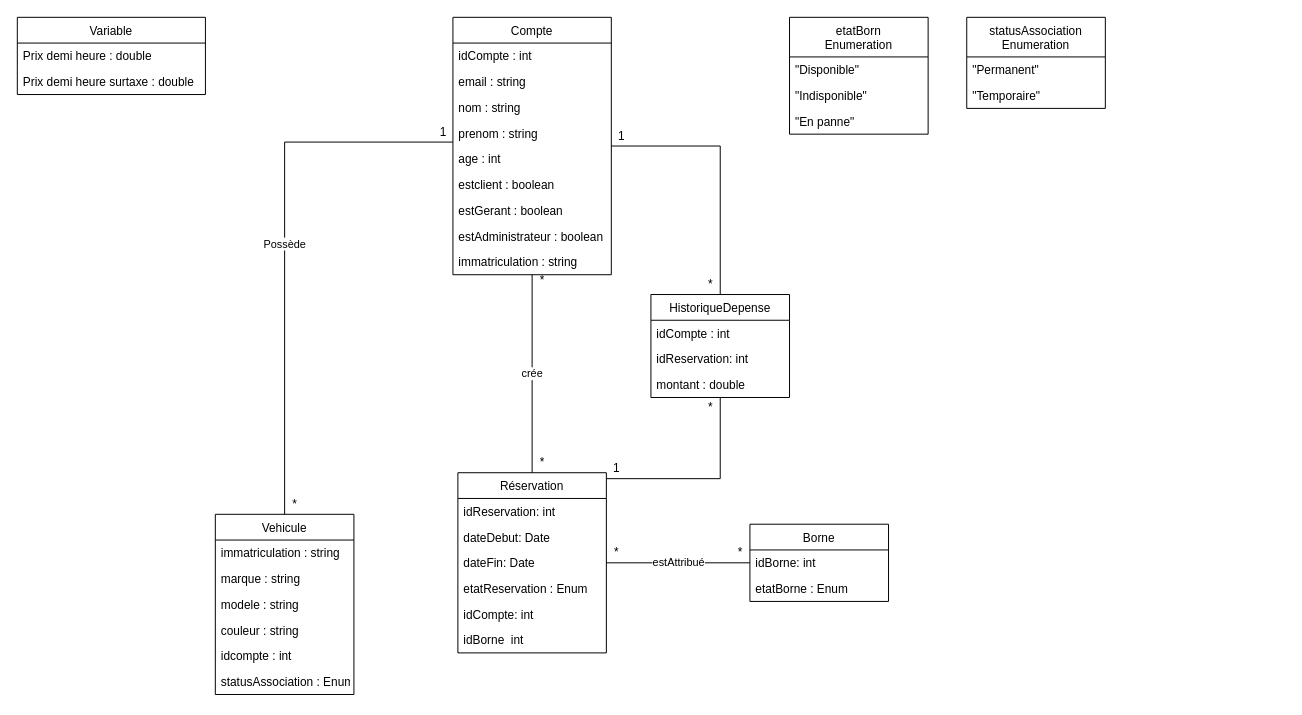
The draw.io diagram Conception/bdd.drawio in Eoloc/Genie_Logiciel_Projet_2022, before the edit. Source tidied: cells renumbered, new cells numbered last; positions are measured from the earlier drawing's top-left corner, leaving out a move shared by most shapes. Both pictures are drawn from the tidied source at 99%, with x=0, y=0 at pixel (17, 17).
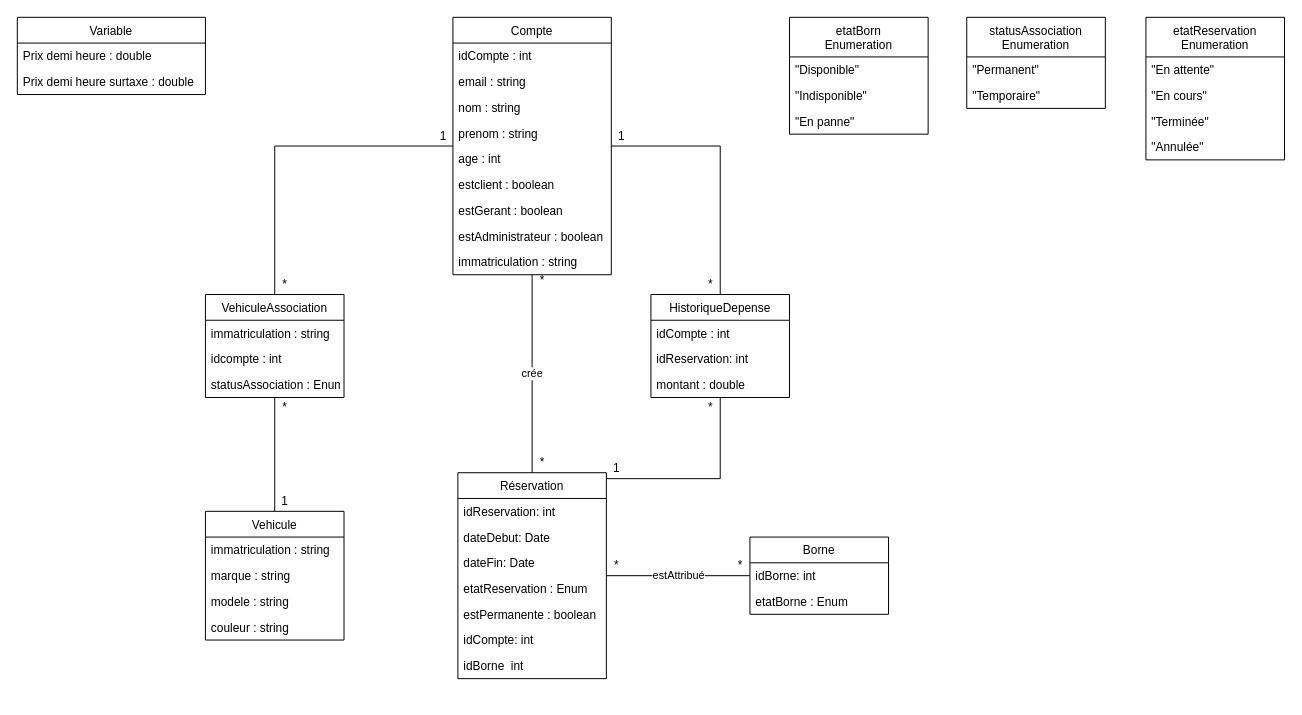
Above is the later version.

Unchanged cells that the change refers to:
```xml
<mxCell id="9" value="Compte" style="swimlane;fontStyle=0;horizontal=1;startSize=26;fillColor=none;" parent="1" vertex="1">
  <mxGeometry x="440" width="160" height="260" as="geometry" />
</mxCell>
```

Diff of the diagram source:
```diff
@@
-    <mxCell id="5" value="Possède" style="edgeStyle=orthogonalEdgeStyle;rounded=0;jettySize=auto;html=1;endArrow=none;endFill=0;" parent="1" edge="1" source="9" target="19">
-      <mxGeometry relative="1" as="geometry">
-        <Array as="points">
-          <mxPoint x="270" y="126" />
-        </Array>
-      </mxGeometry>
-    </mxCell>
@@
+    <mxCell id="58" style="edgeStyle=orthogonalEdgeStyle;rounded=0;jettySize=auto;html=1;endArrow=none;endFill=0;" parent="1" edge="1" source="19" target="66">
+      <mxGeometry relative="1" as="geometry" />
+    </mxCell>
     <mxCell id="19" value="Vehicule" style="swimlane;fontStyle=0;horizontal=1;startSize=26;fillColor=none;" parent="1" vertex="1">
-      <mxGeometry x="200" y="502" width="140" height="182" as="geometry" />
+      <mxGeometry x="190" y="499" width="140" height="130" as="geometry" />
     </mxCell>
@@
-    <mxCell id="24" value="idcompte : int" style="text;strokeColor=none;fillColor=none;align=left;verticalAlign=top;spacingLeft=4;spacingRight=4;overflow=hidden;" parent="19" vertex="1">
-      <mxGeometry y="130" width="140" height="26" as="geometry" />
-    </mxCell>
-    <mxCell id="25" value="statusAssociation : Enum" style="text;strokeColor=none;fillColor=none;align=left;verticalAlign=top;spacingLeft=4;spacingRight=4;overflow=hidden;" parent="19" vertex="1">
-      <mxGeometry y="156" width="140" height="26" as="geometry" />
-    </mxCell>
@@
     <mxCell id="30" value="Borne" style="swimlane;fontStyle=0;horizontal=1;startSize=26;fillColor=none;" parent="1" vertex="1">
-      <mxGeometry x="740" y="512" width="140" height="78" as="geometry" />
+      <mxGeometry x="740" y="525" width="140" height="78" as="geometry" />
     </mxCell>
@@
     <mxCell id="34" value="Réservation" style="swimlane;fontStyle=0;horizontal=1;startSize=26;fillColor=none;" parent="1" vertex="1">
-      <mxGeometry x="445" y="460" width="150" height="182" as="geometry" />
+      <mxGeometry x="445" y="460" width="150" height="208" as="geometry" />
     </mxCell>
@@
+    <mxCell id="59" value="estPermanente : boolean" style="text;strokeColor=none;fillColor=none;align=left;verticalAlign=top;spacingLeft=4;spacingRight=4;overflow=hidden;" parent="34" vertex="1">
+      <mxGeometry y="130" width="150" height="26" as="geometry" />
+    </mxCell>
     <mxCell id="39" value="idCompte: int" style="text;strokeColor=none;fillColor=none;align=left;verticalAlign=top;spacingLeft=4;spacingRight=4;overflow=hidden;" parent="34" vertex="1">
-      <mxGeometry y="130" width="150" height="26" as="geometry" />
+      <mxGeometry y="156" width="150" height="26" as="geometry" />
     </mxCell>
     <mxCell id="40" value="idBorne  int" style="text;strokeColor=none;fillColor=none;align=left;verticalAlign=top;spacingLeft=4;spacingRight=4;overflow=hidden;" parent="34" vertex="1">
-      <mxGeometry y="156" width="150" height="26" as="geometry" />
+      <mxGeometry y="182" width="150" height="26" as="geometry" />
     </mxCell>
@@
     <mxCell id="43" value="*" style="text;html=1;align=center;verticalAlign=middle;strokeColor=none;fillColor=none;" parent="1" vertex="1">
-      <mxGeometry x="595" y="531" width="20" height="20" as="geometry" />
+      <mxGeometry x="595" y="544" width="20" height="20" as="geometry" />
     </mxCell>
     <mxCell id="44" value="*" style="text;html=1;align=center;verticalAlign=middle;strokeColor=none;fillColor=none;" parent="1" vertex="1">
-      <mxGeometry x="720" y="531" width="20" height="20" as="geometry" />
+      <mxGeometry x="720" y="544" width="20" height="20" as="geometry" />
     </mxCell>
@@
-    <mxCell id="49" value="*" style="text;html=1;align=center;verticalAlign=middle;strokeColor=none;fillColor=none;" parent="1" vertex="1">
-      <mxGeometry x="270" y="482" width="20" height="20" as="geometry" />
-    </mxCell>
-    <mxCell id="50" value="1" style="text;html=1;align=center;verticalAlign=middle;strokeColor=none;fillColor=none;" parent="1" vertex="1">
-      <mxGeometry x="420" y="106" width="20" height="20" as="geometry" />
-    </mxCell>
@@
+    <mxCell id="60" value="etatReservation&#10;Enumeration" style="swimlane;fontStyle=0;horizontal=1;startSize=40;fillColor=none;" parent="1" vertex="1">
+      <mxGeometry x="1140" width="140" height="144" as="geometry" />
+    </mxCell>
+    <mxCell id="61" value="&quot;En attente&quot;" style="text;strokeColor=none;fillColor=none;align=left;verticalAlign=top;spacingLeft=4;spacingRight=4;overflow=hidden;" parent="60" vertex="1">
+      <mxGeometry y="40" width="140" height="26" as="geometry" />
+    </mxCell>
+    <mxCell id="62" value="&quot;En cours&quot;" style="text;strokeColor=none;fillColor=none;align=left;verticalAlign=top;spacingLeft=4;spacingRight=4;overflow=hidden;" parent="60" vertex="1">
+      <mxGeometry y="66" width="140" height="26" as="geometry" />
+    </mxCell>
+    <mxCell id="63" value="&quot;Terminée&quot;" style="text;strokeColor=none;fillColor=none;align=left;verticalAlign=top;spacingLeft=4;spacingRight=4;overflow=hidden;" parent="60" vertex="1">
+      <mxGeometry y="92" width="140" height="26" as="geometry" />
+    </mxCell>
+    <mxCell id="64" value="&quot;Annulée&quot;" style="text;strokeColor=none;fillColor=none;align=left;verticalAlign=top;spacingLeft=4;spacingRight=4;overflow=hidden;" parent="60" vertex="1">
+      <mxGeometry y="118" width="140" height="26" as="geometry" />
+    </mxCell>
+    <mxCell id="65" style="edgeStyle=orthogonalEdgeStyle;rounded=0;jettySize=auto;html=1;endArrow=none;endFill=0;" parent="1" edge="1" source="66" target="9">
+      <mxGeometry relative="1" as="geometry">
+        <Array as="points">
+          <mxPoint x="260" y="130" />
+        </Array>
+      </mxGeometry>
+    </mxCell>
+    <mxCell id="66" value="VehiculeAssociation" style="swimlane;fontStyle=0;horizontal=1;startSize=26;fillColor=none;" parent="1" vertex="1">
+      <mxGeometry x="190" y="280" width="140" height="104" as="geometry" />
+    </mxCell>
+    <mxCell id="67" value="immatriculation : string" style="text;strokeColor=none;fillColor=none;align=left;verticalAlign=top;spacingLeft=4;spacingRight=4;overflow=hidden;" parent="66" vertex="1">
+      <mxGeometry y="26" width="140" height="26" as="geometry" />
+    </mxCell>
+    <mxCell id="24" value="idcompte : int" style="text;strokeColor=none;fillColor=none;align=left;verticalAlign=top;spacingLeft=4;spacingRight=4;overflow=hidden;" parent="66" vertex="1">
+      <mxGeometry y="52" width="140" height="26" as="geometry" />
+    </mxCell>
+    <mxCell id="25" value="statusAssociation : Enum" style="text;strokeColor=none;fillColor=none;align=left;verticalAlign=top;spacingLeft=4;spacingRight=4;overflow=hidden;" parent="66" vertex="1">
+      <mxGeometry y="78" width="140" height="26" as="geometry" />
+    </mxCell>
+    <mxCell id="68" value="1" style="text;html=1;align=center;verticalAlign=middle;strokeColor=none;" parent="1" vertex="1">
+      <mxGeometry x="420" y="110" width="20" height="20" as="geometry" />
+    </mxCell>
+    <mxCell id="69" value="1" style="text;html=1;align=center;verticalAlign=middle;strokeColor=none;" parent="1" vertex="1">
+      <mxGeometry x="260" y="479" width="20" height="20" as="geometry" />
+    </mxCell>
+    <mxCell id="70" value="*" style="text;html=1;align=center;verticalAlign=middle;strokeColor=none;" parent="1" vertex="1">
+      <mxGeometry x="260" y="260" width="20" height="20" as="geometry" />
+    </mxCell>
+    <mxCell id="71" value="*" style="text;html=1;align=center;verticalAlign=middle;strokeColor=none;" parent="1" vertex="1">
+      <mxGeometry x="260" y="384" width="20" height="20" as="geometry" />
+    </mxCell>
```
